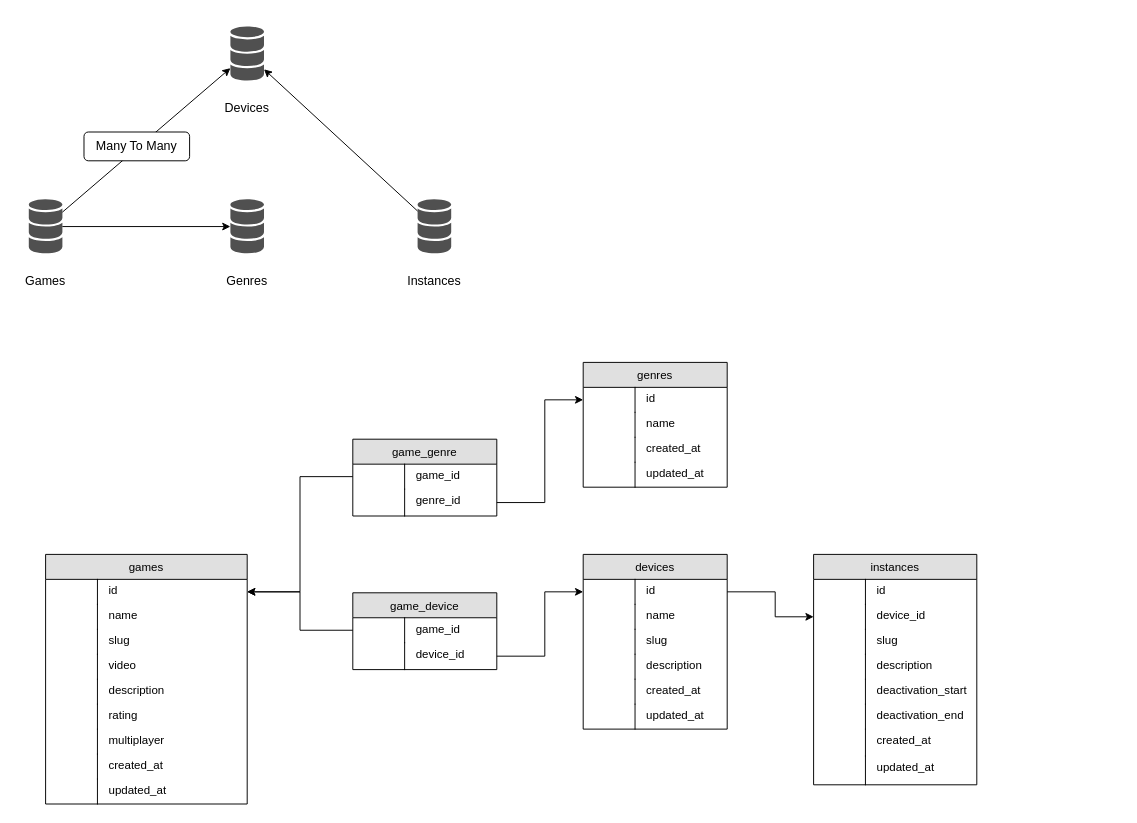
Before: page "Device service" (2 of 6) of General.drawio in phobiavr/phober-diagram, a draw.io diagram. Source tidied: cells renumbered, new cells numbered last; positions are measured from the earlier drawing's top-left corner, leaving out a move shared by most shapes. Both pictures are drawn from the tidied source at 96%, with x=0, y=0 at pixel (16, 26).
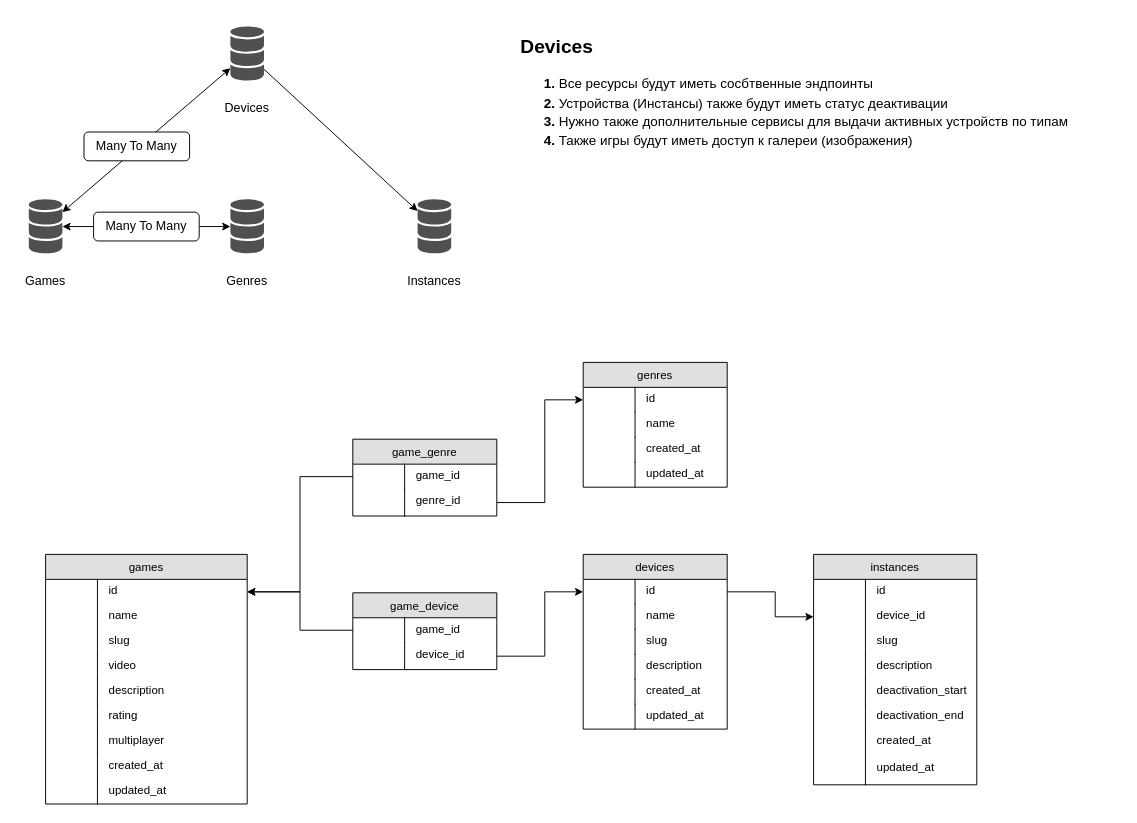
The same diagram, later.

The change refers to these unchanged cells:
```xml
<mxCell id="4" style="sketch=0;shadow=0;dashed=0;html=1;strokeColor=none;fillColor=#505050;labelPosition=center;verticalLabelPosition=bottom;verticalAlign=top;outlineConnect=0;align=center;shape=mxgraph.office.databases.database_mini_3;rounded=0;fontSize=13;fontColor=#0066CC;" parent="3" vertex="1">
  <mxGeometry x="12.5" width="35" height="57" as="geometry" />
</mxCell>
<mxCell id="7" style="sketch=0;shadow=0;dashed=0;html=1;strokeColor=none;fillColor=#505050;labelPosition=center;verticalLabelPosition=bottom;verticalAlign=top;outlineConnect=0;align=center;shape=mxgraph.office.databases.database_mini_3;rounded=0;fontSize=13;fontColor=#0066CC;" parent="6" vertex="1">
  <mxGeometry x="12.5" width="35" height="57" as="geometry" />
</mxCell>
<mxCell id="11" style="sketch=0;shadow=0;dashed=0;html=1;strokeColor=none;fillColor=#505050;labelPosition=center;verticalLabelPosition=bottom;verticalAlign=top;outlineConnect=0;align=center;shape=mxgraph.office.databases.database_mini_3;rounded=0;fontSize=13;fontColor=#0066CC;" parent="10" vertex="1">
  <mxGeometry x="12.5" width="35" height="57" as="geometry" />
</mxCell>
<mxCell id="58" style="sketch=0;shadow=0;dashed=0;html=1;strokeColor=none;fillColor=#505050;labelPosition=center;verticalLabelPosition=bottom;verticalAlign=top;outlineConnect=0;align=center;shape=mxgraph.office.databases.database_mini_3;rounded=0;fontSize=13;fontColor=#0066CC;" parent="57" vertex="1">
  <mxGeometry x="12.5" width="35" height="57" as="geometry" />
</mxCell>
```

Diff of the diagram source:
```diff
@@
-    <mxCell id="13" style="edgeStyle=none;rounded=1;jettySize=auto;html=1;fontSize=13;fontColor=#000000;startArrow=none;startFill=0;endArrow=classic;endFill=1;strokeColor=#000000;" parent="1" edge="1" source="4" target="7">
+    <mxCell id="13" style="edgeStyle=none;rounded=1;jettySize=auto;html=1;fontSize=13;fontColor=#000000;startArrow=classic;startFill=1;endArrow=classic;endFill=1;strokeColor=#000000;" parent="1" edge="1" source="4" target="7">
       <mxGeometry relative="1" as="geometry" />
     </mxCell>
@@
-    <mxCell id="15" style="edgeStyle=none;rounded=1;jettySize=auto;html=1;fontSize=13;fontColor=#000000;startArrow=none;startFill=0;endArrow=classic;endFill=1;strokeColor=#000000;" parent="1" edge="1" source="11" target="7">
+    <mxCell id="15" style="edgeStyle=none;rounded=1;jettySize=auto;html=1;fontSize=13;fontColor=#000000;startArrow=classic;startFill=1;endArrow=none;endFill=0;strokeColor=#000000;" parent="1" edge="1" source="11" target="7">
       <mxGeometry relative="1" as="geometry" />
     </mxCell>
@@
-    <mxCell id="48" value="genres" style="swimlane;fontStyle=0;horizontal=1;startSize=26;fillColor=#e0e0e0;swimlaneFillColor=#ffffff;align=center;" parent="1" vertex="1">
+    <mxCell id="48" value="genres" style="swimlane;fontStyle=0;horizontal=1;startSize=26;fillColor=#e0e0e0;swimlaneFillColor=default;align=center;" parent="1" vertex="1">
       <mxGeometry x="590" y="350" width="150" height="130" as="geometry" />
     </mxCell>
@@
-    <mxCell id="60" style="edgeStyle=none;rounded=1;jettySize=auto;html=1;fontSize=13;fontColor=#000000;startArrow=none;startFill=0;endArrow=classic;endFill=1;strokeColor=#000000;" parent="1" edge="1" source="4" target="58">
+    <mxCell id="60" style="edgeStyle=none;rounded=1;jettySize=auto;html=1;fontSize=13;fontColor=#000000;startArrow=none;startFill=0;endArrow=classic;endFill=1;strokeColor=#000000;" parent="1" edge="1" source="95" target="58">
       <mxGeometry relative="1" as="geometry" />
     </mxCell>
@@
+    <mxCell id="95" value="Many To Many" style="rounded=1;whiteSpace=wrap;html=1;fontSize=13;strokeWidth=1;gradientDirection=north;verticalAlign=top;" parent="1" vertex="1">
+      <mxGeometry x="80" y="193.5" width="110" height="30" as="geometry" />
+    </mxCell>
+    <mxCell id="96" style="edgeStyle=none;rounded=1;jettySize=auto;html=1;fontSize=13;fontColor=#000000;startArrow=classic;startFill=1;endArrow=none;endFill=1;strokeColor=#000000;" parent="1" edge="1" source="4" target="95">
+      <mxGeometry relative="1" as="geometry" />
+    </mxCell>
+    <mxCell id="97" value="&lt;h1&gt;&lt;font style=&quot;font-size: 20px&quot;&gt;Devices&lt;/font&gt;&lt;/h1&gt;&lt;h1 style=&quot;font-size: 14px&quot;&gt;&lt;ol style=&quot;line-height: 140%&quot;&gt;&lt;li&gt;&lt;span style=&quot;font-weight: 400&quot;&gt;Все ресурсы будут иметь сосбтвенные эндпоинты&lt;/span&gt;&lt;/li&gt;&lt;li&gt;&lt;span style=&quot;font-weight: 400&quot;&gt;Устройства (Инстансы) также будут иметь статус деактивации&lt;/span&gt;&lt;br&gt;&lt;/li&gt;&lt;li&gt;&lt;span style=&quot;font-weight: 400&quot;&gt;Нужно также дополнительные сервисы для выдачи активных устройств по типам&lt;/span&gt;&lt;/li&gt;&lt;li&gt;&lt;span style=&quot;font-weight: 400&quot;&gt;Также игры будут иметь доступ к галереи (изображения)&lt;/span&gt;&lt;/li&gt;&lt;/ol&gt;&lt;/h1&gt;" style="text;html=1;strokeColor=none;fillColor=none;spacing=5;spacingTop=-20;whiteSpace=wrap;overflow=hidden;rounded=0;" parent="1" vertex="1">
+      <mxGeometry x="520" width="630" height="210" as="geometry" />
+    </mxCell>
```
